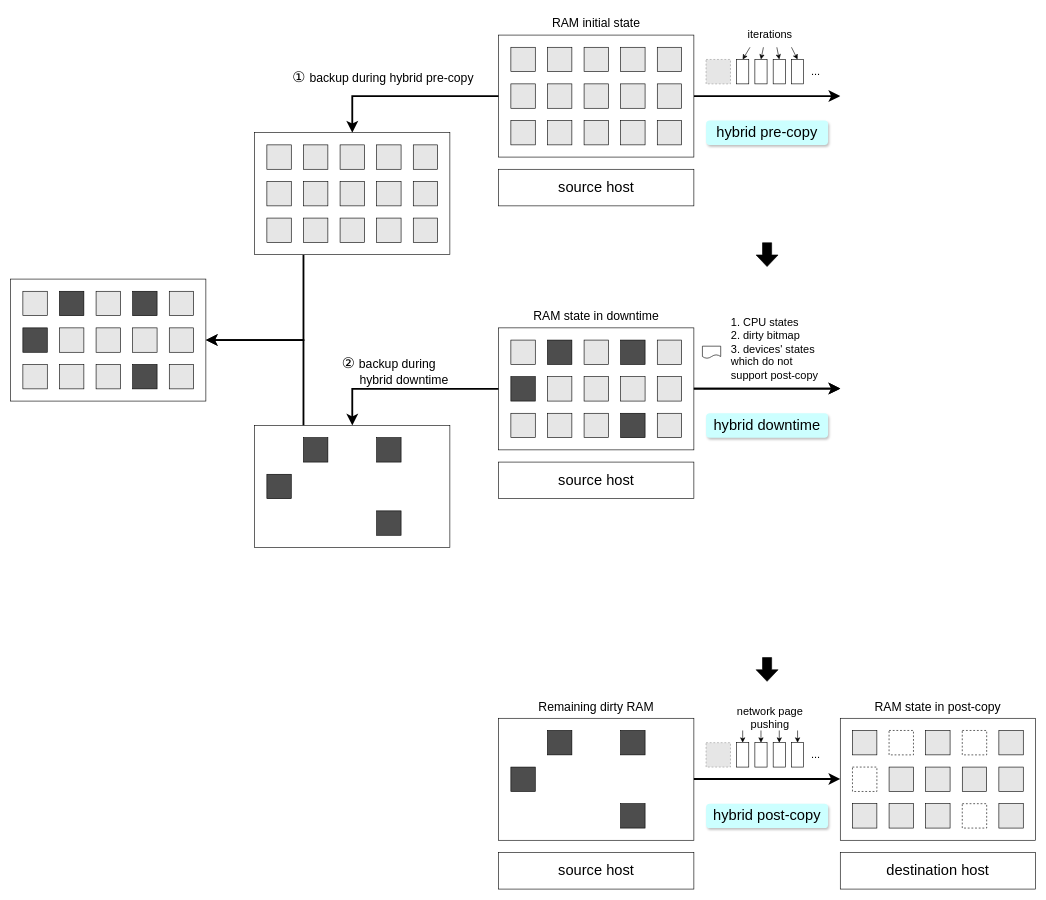
Before: final/backup's challenge.drawio in xuyizhe1999/drawio, a draw.io diagram. Source tidied: cells renumbered, new cells numbered last; positions are measured from the earlier drawing's top-left corner, leaving out a move shared by most shapes. Both pictures are drawn from the tidied source at 61%, with x=0, y=0 at pixel (10, 10). Pictures stored in the file or linked from it are replaced by grey dashed boxes.
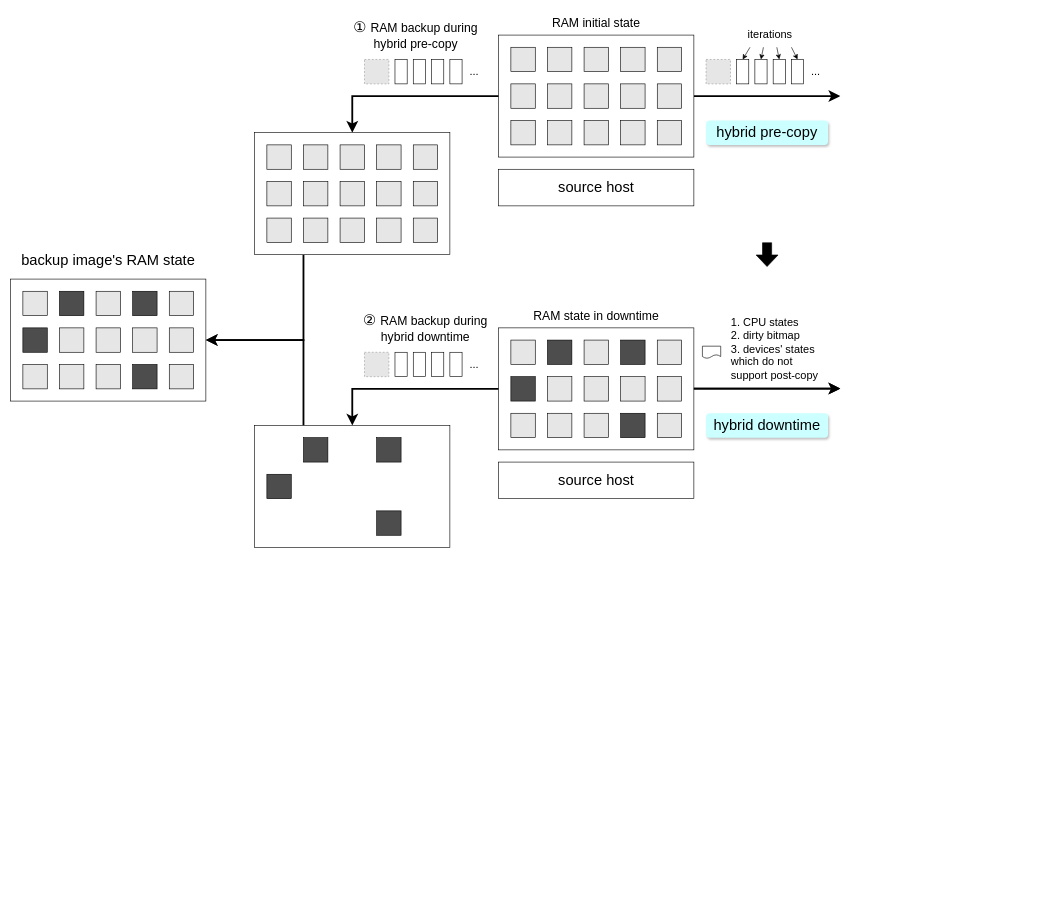
The same page after the edit.

The edit, as a diff of the source:
```diff
@@
-    <mxCell id="56" style="shape=flexArrow;endArrow=classic;html=1;rounded=0;endSize=6;startSize=10;strokeWidth=1;width=15;fillColor=#000000;" parent="1" edge="1">
-      <mxGeometry relative="1" as="geometry">
-        <mxPoint x="1240" y="1060" as="sourcePoint" />
-        <mxPoint x="1240" y="1100" as="targetPoint" />
-      </mxGeometry>
-    </mxCell>
-    <mxCell id="57" style="rounded=0;whiteSpace=wrap;html=1;" parent="1" vertex="1">
-      <mxGeometry x="800" y="1160" width="320" height="200" as="geometry" />
-    </mxCell>
-    <mxCell id="58" style="rounded=0;whiteSpace=wrap;html=1;fillColor=#4D4D4D;" parent="1" vertex="1">
-      <mxGeometry x="880" y="1180" width="40" height="40" as="geometry" />
-    </mxCell>
-    <mxCell id="59" style="rounded=0;whiteSpace=wrap;html=1;fillColor=#4D4D4D;" parent="1" vertex="1">
-      <mxGeometry x="1000" y="1180" width="40" height="40" as="geometry" />
-    </mxCell>
-    <mxCell id="60" style="rounded=0;whiteSpace=wrap;html=1;fillColor=#4D4D4D;" parent="1" vertex="1">
-      <mxGeometry x="820" y="1240" width="40" height="40" as="geometry" />
-    </mxCell>
-    <mxCell id="61" style="rounded=0;whiteSpace=wrap;html=1;fillColor=#4D4D4D;" parent="1" vertex="1">
-      <mxGeometry x="1000" y="1300" width="40" height="40" as="geometry" />
-    </mxCell>
-    <mxCell id="62" value="&lt;font style=&quot;font-size: 24px;&quot;&gt;source host&lt;/font&gt;" style="rounded=0;whiteSpace=wrap;html=1;" parent="1" vertex="1">
-      <mxGeometry x="800" y="1380" width="320" height="60" as="geometry" />
-    </mxCell>
@@
-    <mxCell id="65" value="&lt;span style=&quot;font-size: 20px;&quot;&gt;Remaining dirty RAM&lt;/span&gt;" style="text;html=1;strokeColor=none;fillColor=none;align=center;verticalAlign=middle;whiteSpace=wrap;rounded=0;" parent="1" vertex="1">
-      <mxGeometry x="800" y="1120" width="320" height="40" as="geometry" />
-    </mxCell>
@@
-    <mxCell id="67" style="edgeStyle=orthogonalEdgeStyle;rounded=0;orthogonalLoop=1;jettySize=auto;html=1;exitX=1;exitY=0.5;exitDx=0;exitDy=0;entryX=0;entryY=0.5;entryDx=0;entryDy=0;endSize=10;startSize=10;strokeWidth=3;" parent="1" edge="1">
-      <mxGeometry relative="1" as="geometry">
-        <mxPoint x="1120" y="1259.5" as="sourcePoint" />
-        <mxPoint x="1360" y="1259.5" as="targetPoint" />
-      </mxGeometry>
-    </mxCell>
-    <mxCell id="68" style="rounded=0;whiteSpace=wrap;html=1;" parent="1" vertex="1">
-      <mxGeometry x="1360" y="1160" width="320" height="200" as="geometry" />
-    </mxCell>
-    <mxCell id="69" style="rounded=0;whiteSpace=wrap;html=1;fillColor=#E6E6E6;" parent="1" vertex="1">
-      <mxGeometry x="1380" y="1180" width="40" height="40" as="geometry" />
-    </mxCell>
-    <mxCell id="70" style="rounded=0;whiteSpace=wrap;html=1;fillColor=#E6E6E6;" parent="1" vertex="1">
-      <mxGeometry x="1500" y="1180" width="40" height="40" as="geometry" />
-    </mxCell>
-    <mxCell id="71" style="rounded=0;whiteSpace=wrap;html=1;fillColor=none;dashed=1;" parent="1" vertex="1">
-      <mxGeometry x="1560" y="1180" width="40" height="40" as="geometry" />
-    </mxCell>
-    <mxCell id="72" style="rounded=0;whiteSpace=wrap;html=1;fillColor=#E6E6E6;" parent="1" vertex="1">
-      <mxGeometry x="1620" y="1180" width="40" height="40" as="geometry" />
-    </mxCell>
-    <mxCell id="73" style="rounded=0;whiteSpace=wrap;html=1;fillColor=#E6E6E6;" parent="1" vertex="1">
-      <mxGeometry x="1440" y="1240" width="40" height="40" as="geometry" />
-    </mxCell>
-    <mxCell id="74" style="rounded=0;whiteSpace=wrap;html=1;fillColor=#E6E6E6;" parent="1" vertex="1">
-      <mxGeometry x="1500" y="1240" width="40" height="40" as="geometry" />
-    </mxCell>
-    <mxCell id="75" style="rounded=0;whiteSpace=wrap;html=1;fillColor=#E6E6E6;" parent="1" vertex="1">
-      <mxGeometry x="1560" y="1240" width="40" height="40" as="geometry" />
-    </mxCell>
-    <mxCell id="76" style="rounded=0;whiteSpace=wrap;html=1;fillColor=#E6E6E6;" parent="1" vertex="1">
-      <mxGeometry x="1620" y="1240" width="40" height="40" as="geometry" />
-    </mxCell>
-    <mxCell id="77" style="rounded=0;whiteSpace=wrap;html=1;fillColor=#E6E6E6;" parent="1" vertex="1">
-      <mxGeometry x="1380" y="1300" width="40" height="40" as="geometry" />
-    </mxCell>
-    <mxCell id="78" style="rounded=0;whiteSpace=wrap;html=1;fillColor=#E6E6E6;" parent="1" vertex="1">
-      <mxGeometry x="1440" y="1300" width="40" height="40" as="geometry" />
-    </mxCell>
-    <mxCell id="79" style="rounded=0;whiteSpace=wrap;html=1;fillColor=#E6E6E6;" parent="1" vertex="1">
-      <mxGeometry x="1500" y="1300" width="40" height="40" as="geometry" />
-    </mxCell>
-    <mxCell id="80" style="rounded=0;whiteSpace=wrap;html=1;fillColor=#E6E6E6;" parent="1" vertex="1">
-      <mxGeometry x="1620" y="1300" width="40" height="40" as="geometry" />
-    </mxCell>
-    <mxCell id="81" value="&lt;font style=&quot;font-size: 24px;&quot;&gt;destination host&lt;/font&gt;" style="rounded=0;whiteSpace=wrap;html=1;" parent="1" vertex="1">
-      <mxGeometry x="1360" y="1380" width="320" height="60" as="geometry" />
-    </mxCell>
-    <mxCell id="82" value="&lt;font style=&quot;font-size: 20px;&quot;&gt;RAM state in post-copy&lt;/font&gt;" style="text;html=1;strokeColor=none;fillColor=none;align=center;verticalAlign=middle;whiteSpace=wrap;rounded=0;" parent="1" vertex="1">
-      <mxGeometry x="1360" y="1120" width="320" height="40" as="geometry" />
-    </mxCell>
-    <mxCell id="83" value="&lt;font style=&quot;font-size: 24px;&quot;&gt;hybrid post-copy&lt;/font&gt;" style="text;html=1;strokeColor=none;fillColor=#CCFFFF;align=center;verticalAlign=middle;whiteSpace=wrap;rounded=1;shadow=1;" parent="1" vertex="1">
-      <mxGeometry x="1140" y="1300" width="200" height="40" as="geometry" />
-    </mxCell>
-    <mxCell id="84" style="rounded=0;whiteSpace=wrap;html=1;fillColor=none;dashed=1;" parent="1" vertex="1">
-      <mxGeometry x="1440" y="1180" width="40" height="40" as="geometry" />
-    </mxCell>
-    <mxCell id="85" style="rounded=0;whiteSpace=wrap;html=1;fillColor=none;dashed=1;" parent="1" vertex="1">
-      <mxGeometry x="1380" y="1240" width="40" height="40" as="geometry" />
-    </mxCell>
-    <mxCell id="86" style="rounded=0;whiteSpace=wrap;html=1;fillColor=none;dashed=1;" parent="1" vertex="1">
-      <mxGeometry x="1560" y="1300" width="40" height="40" as="geometry" />
-    </mxCell>
-    <mxCell id="87" style="fillColor=#E6E6E6;strokeColor=#999999;dashed=1;html=1;verticalAlign=top;verticalLabelPosition=bottom;labelBackgroundColor=#ffffff;" parent="1" vertex="1">
-      <mxGeometry x="1140" y="1200" width="40" height="40" as="geometry" />
-    </mxCell>
-    <mxCell id="88" style="rounded=0;whiteSpace=wrap;html=1;" parent="1" vertex="1">
-      <mxGeometry x="1190" y="1200" width="20" height="40" as="geometry" />
-    </mxCell>
-    <mxCell id="89" style="rounded=0;whiteSpace=wrap;html=1;" parent="1" vertex="1">
-      <mxGeometry x="1220" y="1200" width="20" height="40" as="geometry" />
-    </mxCell>
-    <mxCell id="90" style="rounded=0;whiteSpace=wrap;html=1;" parent="1" vertex="1">
-      <mxGeometry x="1250" y="1200" width="20" height="40" as="geometry" />
-    </mxCell>
-    <mxCell id="91" style="rounded=0;whiteSpace=wrap;html=1;" parent="1" vertex="1">
-      <mxGeometry x="1280" y="1200" width="20" height="40" as="geometry" />
-    </mxCell>
-    <mxCell id="92" value="&lt;font style=&quot;font-size: 18px;&quot;&gt;...&lt;/font&gt;" style="text;html=1;strokeColor=none;fillColor=none;align=center;verticalAlign=middle;whiteSpace=wrap;rounded=0;" parent="1" vertex="1">
-      <mxGeometry x="1300" y="1200" width="40" height="40" as="geometry" />
-    </mxCell>
-    <mxCell id="93" value="&lt;font style=&quot;font-size: 18px;&quot;&gt;network page pushing&lt;/font&gt;" style="text;html=1;strokeColor=none;fillColor=none;align=center;verticalAlign=middle;whiteSpace=wrap;rounded=0;" parent="1" vertex="1">
-      <mxGeometry x="1170" y="1140" width="150" height="40" as="geometry" />
-    </mxCell>
-    <mxCell id="94" style="endArrow=classic;html=1;rounded=0;exitX=0.2;exitY=1;exitDx=0;exitDy=0;exitPerimeter=0;" parent="1" edge="1" source="93">
-      <mxGeometry relative="1" as="geometry">
-        <mxPoint x="1200" y="1200" as="targetPoint" />
-      </mxGeometry>
-    </mxCell>
-    <mxCell id="95" style="endArrow=classic;html=1;rounded=0;exitX=0.4;exitY=1;exitDx=0;exitDy=0;exitPerimeter=0;entryX=0.5;entryY=0;entryDx=0;entryDy=0;" parent="1" edge="1" source="93" target="89">
-      <mxGeometry relative="1" as="geometry" />
-    </mxCell>
-    <mxCell id="96" style="endArrow=classic;html=1;rounded=0;exitX=0.6;exitY=1;exitDx=0;exitDy=0;exitPerimeter=0;entryX=0.5;entryY=0;entryDx=0;entryDy=0;" parent="1" edge="1" source="93" target="90">
-      <mxGeometry relative="1" as="geometry" />
-    </mxCell>
-    <mxCell id="97" style="endArrow=classic;html=1;rounded=0;exitX=0.8;exitY=1;exitDx=0;exitDy=0;exitPerimeter=0;entryX=0.5;entryY=0;entryDx=0;entryDy=0;" parent="1" edge="1" source="93" target="91">
-      <mxGeometry relative="1" as="geometry" />
-    </mxCell>
@@
-    <mxCell id="121" value="&lt;font style=&quot;font-size: 24px;&quot;&gt;① &lt;/font&gt;&lt;font style=&quot;font-size: 20px;&quot;&gt;backup during hybrid pre-copy&lt;/font&gt;" style="text;html=1;strokeColor=none;fillColor=none;align=left;verticalAlign=middle;whiteSpace=wrap;rounded=0;" parent="1" vertex="1">
-      <mxGeometry x="460" y="80" width="320" height="60" as="geometry" />
+    <mxCell id="121" value="&lt;font style=&quot;font-size: 24px;&quot;&gt;① &lt;/font&gt;&lt;font style=&quot;font-size: 20px;&quot;&gt;RAM backup during&lt;br&gt;&amp;nbsp; &amp;nbsp; &amp;nbsp; hybrid pre-copy&lt;/font&gt;" style="text;html=1;strokeColor=none;fillColor=none;align=left;verticalAlign=middle;whiteSpace=wrap;rounded=0;" parent="1" vertex="1">
+      <mxGeometry x="560" y="10" width="240" height="60" as="geometry" />
     </mxCell>
-    <mxCell id="122" value="&lt;font style=&quot;font-size: 24px;&quot;&gt;② &lt;/font&gt;&lt;font style=&quot;font-size: 20px;&quot;&gt;backup during&lt;br&gt;&amp;nbsp; &amp;nbsp; &amp;nbsp; &amp;nbsp; &amp;nbsp;hybrid downtime&lt;/font&gt;" style="text;html=1;strokeColor=none;fillColor=none;align=center;verticalAlign=middle;whiteSpace=wrap;rounded=0;" parent="1" vertex="1">
-      <mxGeometry x="520" y="560" width="200" height="60" as="geometry" />
+    <mxCell id="122" value="&lt;font style=&quot;font-size: 24px;&quot;&gt;② &lt;/font&gt;&lt;font style=&quot;font-size: 20px;&quot;&gt;RAM backup during&lt;br&gt;hybrid downtime&lt;/font&gt;" style="text;html=1;strokeColor=none;fillColor=none;align=center;verticalAlign=middle;whiteSpace=wrap;rounded=0;" parent="1" vertex="1">
+      <mxGeometry x="560" y="490" width="240" height="60" as="geometry" />
     </mxCell>
@@
+    <mxCell id="139" value="&lt;font style=&quot;font-size: 24px;&quot;&gt;backup image's RAM state&lt;/font&gt;" style="text;html=1;strokeColor=none;fillColor=none;align=center;verticalAlign=middle;whiteSpace=wrap;rounded=0;" parent="1" vertex="1">
+      <mxGeometry y="380" width="320" height="60" as="geometry" />
+    </mxCell>
+    <mxCell id="140" style="fillColor=#E6E6E6;strokeColor=#999999;dashed=1;html=1;verticalAlign=top;verticalLabelPosition=bottom;labelBackgroundColor=#ffffff;" parent="1" vertex="1">
+      <mxGeometry x="580" y="80" width="40" height="40" as="geometry" />
+    </mxCell>
+    <mxCell id="141" style="rounded=0;whiteSpace=wrap;html=1;" parent="1" vertex="1">
+      <mxGeometry x="630" y="80" width="20" height="40" as="geometry" />
+    </mxCell>
+    <mxCell id="142" style="rounded=0;whiteSpace=wrap;html=1;" parent="1" vertex="1">
+      <mxGeometry x="660" y="80" width="20" height="40" as="geometry" />
+    </mxCell>
+    <mxCell id="143" style="rounded=0;whiteSpace=wrap;html=1;" parent="1" vertex="1">
+      <mxGeometry x="690" y="80" width="20" height="40" as="geometry" />
+    </mxCell>
+    <mxCell id="144" style="rounded=0;whiteSpace=wrap;html=1;" parent="1" vertex="1">
+      <mxGeometry x="720" y="80" width="20" height="40" as="geometry" />
+    </mxCell>
+    <mxCell id="145" value="&lt;font style=&quot;font-size: 18px;&quot;&gt;...&lt;/font&gt;" style="text;html=1;strokeColor=none;fillColor=none;align=center;verticalAlign=middle;whiteSpace=wrap;rounded=0;" parent="1" vertex="1">
+      <mxGeometry x="740" y="80" width="40" height="40" as="geometry" />
+    </mxCell>
+    <mxCell id="146" style="fillColor=#E6E6E6;strokeColor=#999999;dashed=1;html=1;verticalAlign=top;verticalLabelPosition=bottom;labelBackgroundColor=#ffffff;" parent="1" vertex="1">
+      <mxGeometry x="580" y="560" width="40" height="40" as="geometry" />
+    </mxCell>
+    <mxCell id="147" style="rounded=0;whiteSpace=wrap;html=1;" parent="1" vertex="1">
+      <mxGeometry x="630" y="560" width="20" height="40" as="geometry" />
+    </mxCell>
+    <mxCell id="148" style="rounded=0;whiteSpace=wrap;html=1;" parent="1" vertex="1">
+      <mxGeometry x="660" y="560" width="20" height="40" as="geometry" />
+    </mxCell>
+    <mxCell id="149" style="rounded=0;whiteSpace=wrap;html=1;" parent="1" vertex="1">
+      <mxGeometry x="690" y="560" width="20" height="40" as="geometry" />
+    </mxCell>
+    <mxCell id="150" style="rounded=0;whiteSpace=wrap;html=1;" parent="1" vertex="1">
+      <mxGeometry x="720" y="560" width="20" height="40" as="geometry" />
+    </mxCell>
+    <mxCell id="151" value="&lt;font style=&quot;font-size: 18px;&quot;&gt;...&lt;/font&gt;" style="text;html=1;strokeColor=none;fillColor=none;align=center;verticalAlign=middle;whiteSpace=wrap;rounded=0;" parent="1" vertex="1">
+      <mxGeometry x="740" y="560" width="40" height="40" as="geometry" />
+    </mxCell>
```
